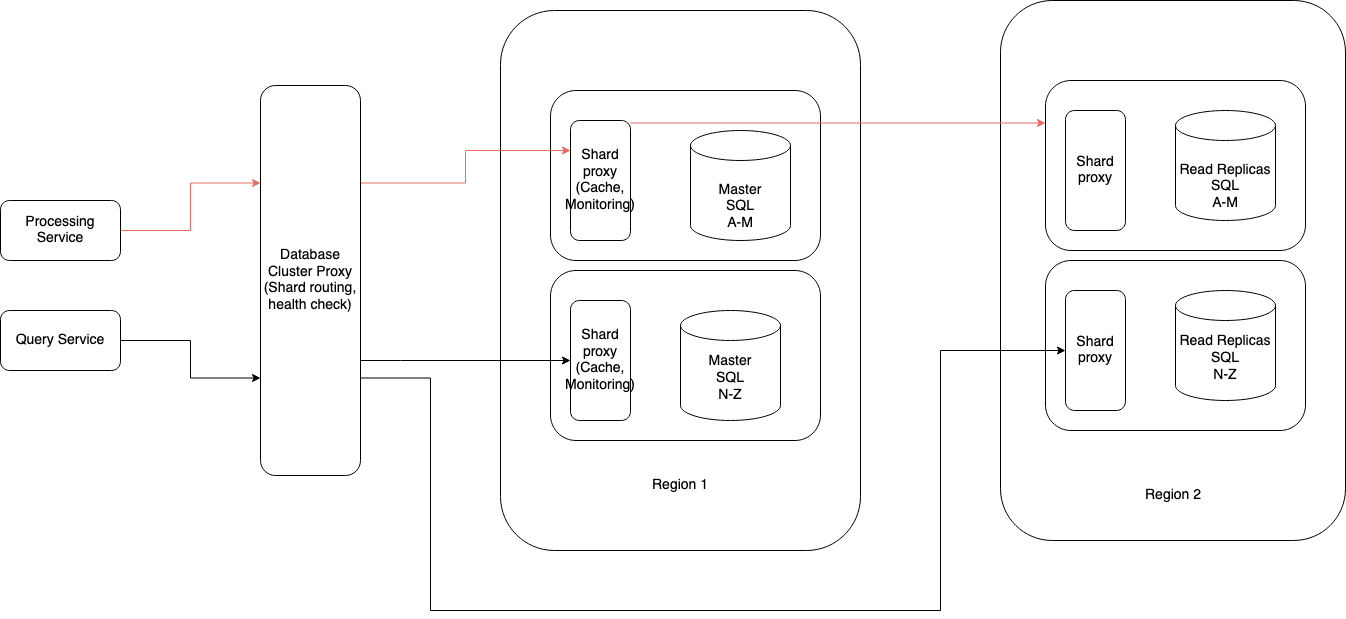
The draw.io diagram systemdesign/assets/Sql.png in Danny7226/LearningSummary, before a commit. Source tidied: cells renumbered, new cells last; positions are measured from the earlier drawing's top-left corner, leaving out a move shared by most shapes. The source it was exported from:
```xml
<mxGraphModel>
  <root>
    <mxCell id="0" />
    <mxCell id="1" parent="0" />
    <mxCell id="2" style="rounded=1;whiteSpace=wrap;html=1;" parent="1" vertex="1">
      <mxGeometry x="1000" width="345" height="540" as="geometry" />
    </mxCell>
    <mxCell id="3" style="rounded=1;whiteSpace=wrap;html=1;" parent="1" vertex="1">
      <mxGeometry x="500" y="10" width="360" height="540" as="geometry" />
    </mxCell>
    <mxCell id="4" style="rounded=1;whiteSpace=wrap;html=1;" parent="1" vertex="1">
      <mxGeometry x="550" y="270" width="270" height="170" as="geometry" />
    </mxCell>
    <mxCell id="5" style="rounded=1;whiteSpace=wrap;html=1;" parent="1" vertex="1">
      <mxGeometry x="550" y="90" width="270" height="170" as="geometry" />
    </mxCell>
    <mxCell id="6" value="&lt;div&gt;&lt;br&gt;&lt;/div&gt;&lt;div&gt;Master&lt;br&gt;&lt;/div&gt;&lt;div&gt;SQL&lt;/div&gt;&lt;div&gt;A-M&lt;br&gt;&lt;/div&gt;" style="shape=cylinder3;whiteSpace=wrap;html=1;boundedLbl=1;backgroundOutline=1;size=15;" parent="1" vertex="1">
      <mxGeometry x="690" y="130" width="100" height="110" as="geometry" />
    </mxCell>
    <mxCell id="7" value="&lt;div&gt;Master&lt;br&gt;&lt;/div&gt;&lt;div&gt;SQL&lt;/div&gt;&lt;div&gt;N-Z&lt;br&gt;&lt;/div&gt;" style="shape=cylinder3;whiteSpace=wrap;html=1;boundedLbl=1;backgroundOutline=1;size=15;" parent="1" vertex="1">
      <mxGeometry x="680" y="310" width="100" height="110" as="geometry" />
    </mxCell>
    <mxCell id="8" style="edgeStyle=orthogonalEdgeStyle;rounded=0;jettySize=auto;html=1;entryX=0;entryY=0.25;entryDx=0;entryDy=0;strokeColor=#EA6B66;" parent="1" edge="1" source="9" target="12">
      <mxGeometry relative="1" as="geometry">
        <Array as="points">
          <mxPoint x="838" y="123" />
        </Array>
      </mxGeometry>
    </mxCell>
    <mxCell id="9" value="&lt;div&gt;Shard proxy&lt;/div&gt;(Cache, Monitoring)" style="rounded=1;whiteSpace=wrap;html=1;" parent="1" vertex="1">
      <mxGeometry x="570" y="120" width="60" height="120" as="geometry" />
    </mxCell>
    <mxCell id="10" value="&lt;div&gt;Shard proxy&lt;/div&gt;(Cache, Monitoring)" style="rounded=1;whiteSpace=wrap;html=1;" parent="1" vertex="1">
      <mxGeometry x="570" y="300" width="60" height="120" as="geometry" />
    </mxCell>
    <mxCell id="11" style="rounded=1;whiteSpace=wrap;html=1;" parent="1" vertex="1">
      <mxGeometry x="1045" y="260" width="260" height="170" as="geometry" />
    </mxCell>
    <mxCell id="12" style="rounded=1;whiteSpace=wrap;html=1;" parent="1" vertex="1">
      <mxGeometry x="1045" y="80" width="260" height="170" as="geometry" />
    </mxCell>
    <mxCell id="13" value="&lt;div&gt;&lt;br&gt;&lt;/div&gt;&lt;div&gt;Read Replicas&lt;br&gt;&lt;/div&gt;&lt;div&gt;SQL&lt;/div&gt;&lt;div&gt;A-M&lt;br&gt;&lt;/div&gt;" style="shape=cylinder3;whiteSpace=wrap;html=1;boundedLbl=1;backgroundOutline=1;size=15;" parent="1" vertex="1">
      <mxGeometry x="1175" y="110" width="100" height="110" as="geometry" />
    </mxCell>
    <mxCell id="14" value="&lt;div&gt;Read Replicas&lt;/div&gt;&lt;div&gt;SQL&lt;/div&gt;&lt;div&gt;N-Z&lt;br&gt;&lt;/div&gt;" style="shape=cylinder3;whiteSpace=wrap;html=1;boundedLbl=1;backgroundOutline=1;size=15;" parent="1" vertex="1">
      <mxGeometry x="1175" y="290" width="100" height="110" as="geometry" />
    </mxCell>
    <mxCell id="15" value="Shard proxy" style="rounded=1;whiteSpace=wrap;html=1;" parent="1" vertex="1">
      <mxGeometry x="1065" y="110" width="60" height="120" as="geometry" />
    </mxCell>
    <mxCell id="16" value="Shard proxy" style="rounded=1;whiteSpace=wrap;html=1;" parent="1" vertex="1">
      <mxGeometry x="1065" y="290" width="60" height="120" as="geometry" />
    </mxCell>
    <mxCell id="17" value="Region 1" style="text;html=1;strokeColor=none;fillColor=none;align=center;verticalAlign=middle;whiteSpace=wrap;rounded=0;" parent="1" vertex="1">
      <mxGeometry x="650" y="470" width="60" height="30" as="geometry" />
    </mxCell>
    <mxCell id="18" value="Region 2" style="text;html=1;strokeColor=none;fillColor=none;align=center;verticalAlign=middle;whiteSpace=wrap;rounded=0;" parent="1" vertex="1">
      <mxGeometry x="1142.5" y="480" width="60" height="30" as="geometry" />
    </mxCell>
    <mxCell id="19" style="edgeStyle=orthogonalEdgeStyle;rounded=0;jettySize=auto;html=1;entryX=0;entryY=0.25;entryDx=0;entryDy=0;strokeColor=#EA6B66;" parent="1" edge="1" source="20" target="26">
      <mxGeometry relative="1" as="geometry">
        <Array as="points">
          <mxPoint x="190" y="230" />
          <mxPoint x="190" y="183" />
        </Array>
      </mxGeometry>
    </mxCell>
    <mxCell id="20" value="Processing Service" style="rounded=1;whiteSpace=wrap;html=1;" parent="1" vertex="1">
      <mxGeometry y="200" width="120" height="60" as="geometry" />
    </mxCell>
    <mxCell id="21" style="edgeStyle=orthogonalEdgeStyle;rounded=0;jettySize=auto;html=1;entryX=0;entryY=0.75;entryDx=0;entryDy=0;" parent="1" edge="1" source="22" target="26">
      <mxGeometry relative="1" as="geometry" />
    </mxCell>
    <mxCell id="22" value="Query Service" style="rounded=1;whiteSpace=wrap;html=1;" parent="1" vertex="1">
      <mxGeometry y="310" width="120" height="60" as="geometry" />
    </mxCell>
    <mxCell id="23" style="edgeStyle=orthogonalEdgeStyle;rounded=0;jettySize=auto;html=1;entryX=0;entryY=0.25;entryDx=0;entryDy=0;exitX=1;exitY=0.25;exitDx=0;exitDy=0;strokeColor=#EA6B66;" parent="1" edge="1" source="26" target="9">
      <mxGeometry relative="1" as="geometry" />
    </mxCell>
    <mxCell id="24" style="edgeStyle=orthogonalEdgeStyle;rounded=0;jettySize=auto;html=1;entryX=0;entryY=0.5;entryDx=0;entryDy=0;" parent="1" edge="1" source="26" target="10">
      <mxGeometry relative="1" as="geometry">
        <Array as="points">
          <mxPoint x="400" y="360" />
          <mxPoint x="400" y="360" />
        </Array>
      </mxGeometry>
    </mxCell>
    <mxCell id="25" style="edgeStyle=orthogonalEdgeStyle;rounded=0;jettySize=auto;html=1;entryX=0;entryY=0.5;entryDx=0;entryDy=0;exitX=1;exitY=0.75;exitDx=0;exitDy=0;" parent="1" edge="1" source="26" target="16">
      <mxGeometry relative="1" as="geometry">
        <Array as="points">
          <mxPoint x="430" y="378" />
          <mxPoint x="430" y="610" />
          <mxPoint x="940" y="610" />
          <mxPoint x="940" y="350" />
        </Array>
      </mxGeometry>
    </mxCell>
    <mxCell id="26" value="&lt;div&gt;Database Cluster Proxy&lt;/div&gt;(Shard routing, health check)" style="rounded=1;whiteSpace=wrap;html=1;" parent="1" vertex="1">
      <mxGeometry x="260" y="85" width="100" height="390" as="geometry" />
    </mxCell>
  </root>
</mxGraphModel>
```
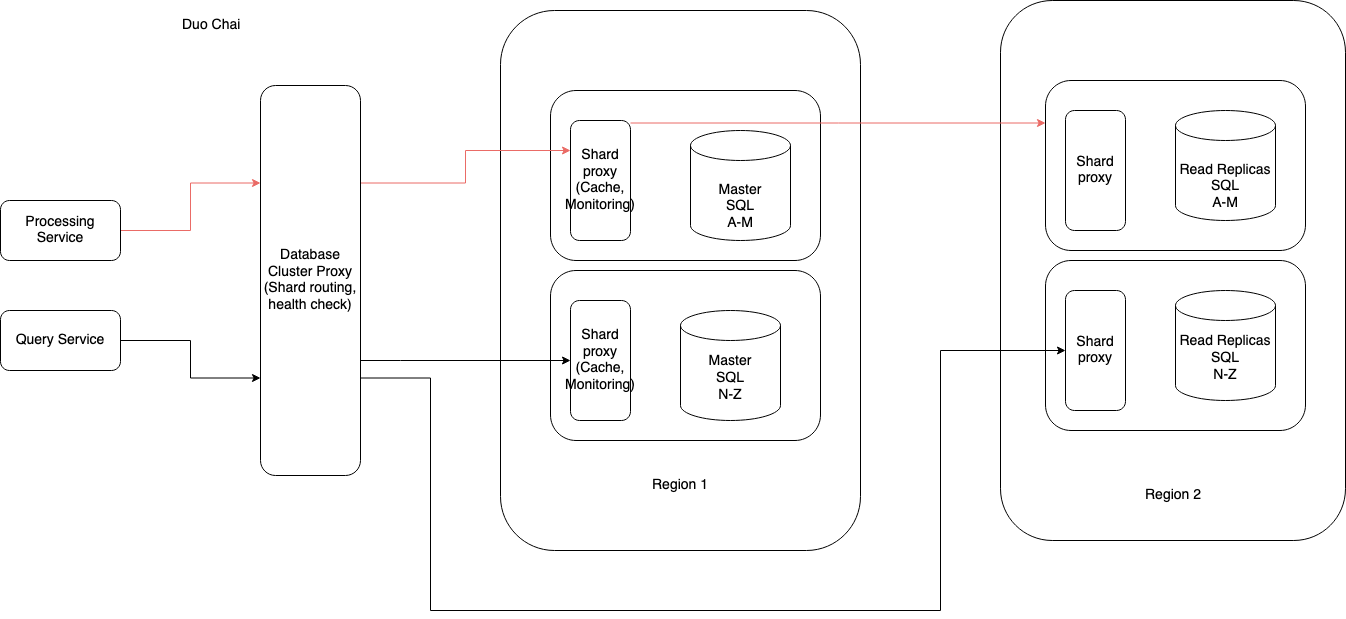
The same file after the commit.

What changed in the source:
```diff
@@ -98,5 +98,8 @@
     <mxCell id="26" value="&lt;div&gt;Database Cluster Proxy&lt;/div&gt;(Shard routing, health check)" style="rounded=1;whiteSpace=wrap;html=1;" parent="1" vertex="1">
       <mxGeometry x="260" y="85" width="100" height="390" as="geometry" />
     </mxCell>
+    <mxCell id="27" value="Duo Chai" style="text;whiteSpace=wrap;html=1;" parent="1" vertex="1">
+      <mxGeometry x="180" y="10" width="100" height="40" as="geometry" />
+    </mxCell>
   </root>
 </mxGraphModel>
```
